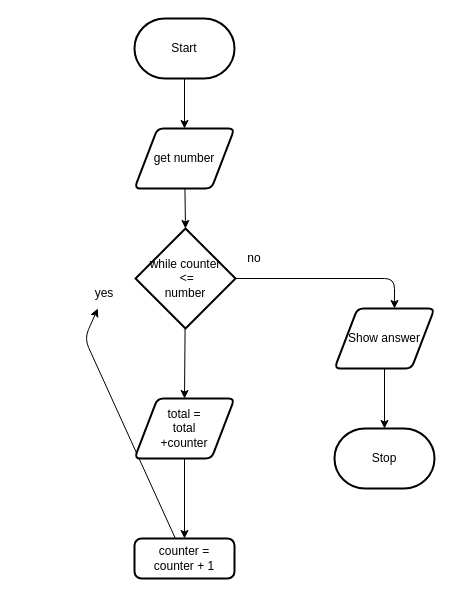
Above: design/flowchart.drawio in MTHS-ICS2O-2-2022/ICS2O-Assignment-05-Mariam-Kasim (draw.io), before the change. Source tidied: cells renumbered, new cells numbered last; positions are measured from the earlier drawing's top-left corner, leaving out a move shared by most shapes. Both pictures are drawn from the tidied source at 100%, with x=0, y=0 at pixel (74, 18).
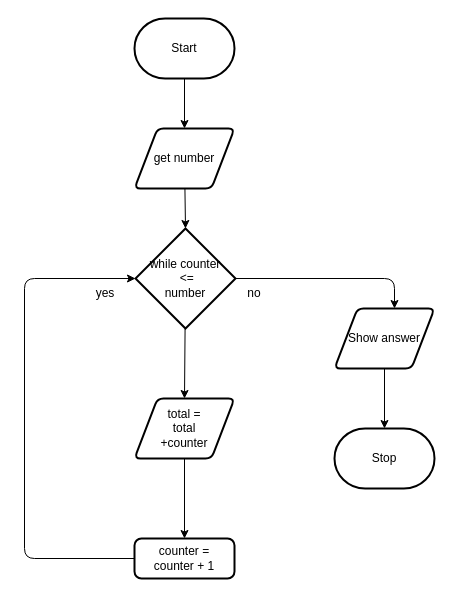
Above is the later version.

The change refers to these unchanged cells:
```xml
<mxCell id="10" value="counter =&lt;br&gt;counter + 1" style="rounded=1;whiteSpace=wrap;html=1;absoluteArcSize=1;arcSize=14;strokeWidth=2;" parent="1" vertex="1">
  <mxGeometry x="60" y="520" width="100" height="40" as="geometry" />
</mxCell>
```

Diff of the diagram source:
```diff
@@
-    <mxCell id="9" style="edgeStyle=none;html=1;" parent="1" edge="1" source="10" target="11">
+    <mxCell id="9" style="edgeStyle=none;html=1;entryX=1;entryY=0;entryDx=0;entryDy=0;" parent="1" edge="1" source="10" target="11">
       <mxGeometry relative="1" as="geometry">
         <Array as="points">
-          <mxPoint x="10" y="320" />
+          <mxPoint x="-50" y="540" />
+          <mxPoint x="-50" y="260" />
         </Array>
       </mxGeometry>
     </mxCell>
@@
     <mxCell id="11" value="yes" style="text;strokeColor=none;align=center;fillColor=none;html=1;verticalAlign=middle;whiteSpace=wrap;rounded=0;" parent="1" vertex="1">
-      <mxGeometry y="260" width="60" height="30" as="geometry" />
+      <mxGeometry x="1" y="260" width="60" height="30" as="geometry" />
     </mxCell>
     <mxCell id="12" value="no" style="text;strokeColor=none;align=center;fillColor=none;html=1;verticalAlign=middle;whiteSpace=wrap;rounded=0;" parent="1" vertex="1">
-      <mxGeometry x="150" y="225" width="60" height="30" as="geometry" />
+      <mxGeometry x="150" y="260" width="60" height="30" as="geometry" />
     </mxCell>
```
